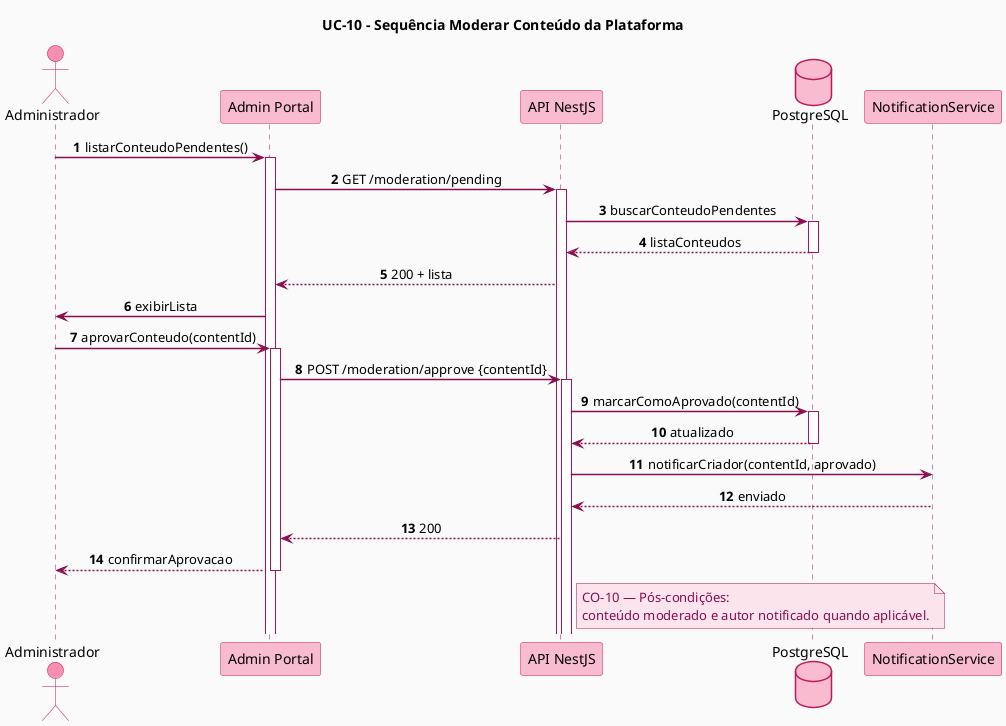
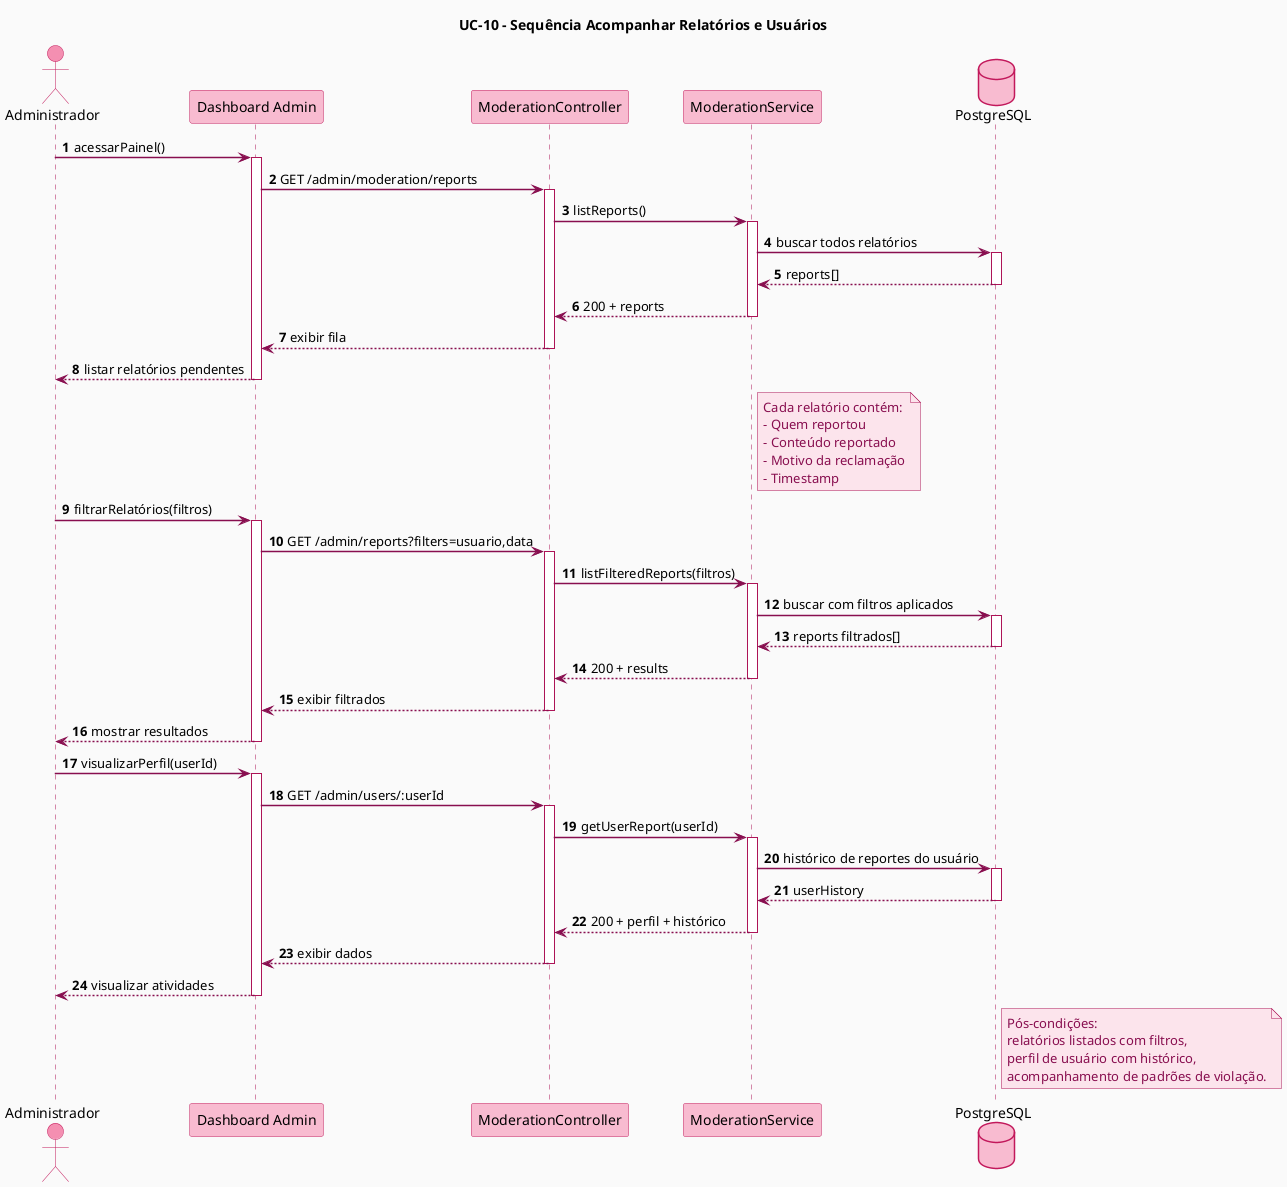
@startuml
+ title UC-10 - Sequência Acompanhar Relatórios e Usuários
+ 
skinparam backgroundColor #FAFAFA
skinparam shadowing false
skinparam sequenceArrowThickness 1.5
skinparam sequenceParticipantBorderColor #C2185B
skinparam sequenceParticipantBackgroundColor #F8BBD0
skinparam sequenceActorBorderColor #C2185B
skinparam sequenceActorBackgroundColor #F48FB1
skinparam sequenceLifeLineBorderColor #AD1457
skinparam sequenceArrowColor #880E4F
skinparam ArrowColor #880E4F
- skinparam sequenceMessageAlign center
skinparam noteBorderColor #AD1457
skinparam noteBackgroundColor #FCE4EC
skinparam noteFontColor #880E4F
skinparam sequenceMessageFontColor #880E4F
skinparam databaseBorderColor #C2185B
skinparam databaseBackgroundColor #F8BBD0

autonumber
- title UC-10 - Sequência Moderar Conteúdo da Plataforma

actor Administrador
- participant "Admin Portal" as Portal
- participant "API NestJS" as API
+ participant "Dashboard Admin" as Dashboard
+ participant "ModerationController" as Controller
+ participant "ModerationService" as ModerationService
database "PostgreSQL" as DB
- participant "NotificationService" as Notification

- Administrador -> Portal : listarConteudoPendentes()
- activate Portal
- Portal -> API : GET /moderation/pending
- activate API
- API -> DB : buscarConteudoPendentes
+ Administrador -> Dashboard : acessarPainel()
+ activate Dashboard
+ 
+ Dashboard -> Controller : GET /admin/moderation/reports
+ activate Controller
+ 
+ Controller -> ModerationService : listReports()
+ activate ModerationService
+ 
+ ModerationService -> DB : buscar todos relatórios
activate DB
- DB --> API : listaConteudos
+ DB --> ModerationService : reports[]
deactivate DB
- API --> Portal : 200 + lista

- Portal -> Administrador : exibirLista
+ ModerationService --> Controller : 200 + reports
+ deactivate ModerationService

- Administrador -> Portal : aprovarConteudo(contentId)
- activate Portal
- Portal -> API : POST /moderation/approve {contentId}
- activate API
- API -> DB : marcarComoAprovado(contentId)
- activate DB
- DB --> API : atualizado
- deactivate DB
- API -> Notification : notificarCriador(contentId, aprovado)
- Notification --> API : enviado
- API --> Portal : 200
- Portal --> Administrador : confirmarAprovacao
- deactivate Portal
+ Controller --> Dashboard : exibir fila
+ deactivate Controller

- note right of API
-   CO-10 — Pós-condições:
-   conteúdo moderado e autor notificado quando aplicável.
+ Dashboard --> Administrador : listar relatórios pendentes
+ deactivate Dashboard
+ 
+ note right of ModerationService
+   Cada relatório contém:
+   - Quem reportou
+   - Conteúdo reportado
+   - Motivo da reclamação
+   - Timestamp
end note

- @enduml+ Administrador -> Dashboard : filtrarRelatórios(filtros)
+ activate Dashboard
+ 
+ Dashboard -> Controller : GET /admin/reports?filters=usuario,data
+ activate Controller
+ 
+ Controller -> ModerationService : listFilteredReports(filtros)
+ activate ModerationService
+ 
+ ModerationService -> DB : buscar com filtros aplicados
+ activate DB
+ DB --> ModerationService : reports filtrados[]
+ deactivate DB
+ 
+ ModerationService --> Controller : 200 + results
+ deactivate ModerationService
+ 
+ Controller --> Dashboard : exibir filtrados
+ deactivate Controller
+ 
+ Dashboard --> Administrador : mostrar resultados
+ deactivate Dashboard
+ 
+ Administrador -> Dashboard : visualizarPerfil(userId)
+ activate Dashboard
+ 
+ Dashboard -> Controller : GET /admin/users/:userId
+ activate Controller
+ 
+ Controller -> ModerationService : getUserReport(userId)
+ activate ModerationService
+ 
+ ModerationService -> DB : histórico de reportes do usuário
+ activate DB
+ DB --> ModerationService : userHistory
+ deactivate DB
+ 
+ ModerationService --> Controller : 200 + perfil + histórico
+ deactivate ModerationService
+ 
+ Controller --> Dashboard : exibir dados
+ deactivate Controller
+ 
+ Dashboard --> Administrador : visualizar atividades
+ deactivate Dashboard
+ 
+ note right of DB
+   Pós-condições:
+   relatórios listados com filtros,
+   perfil de usuário com histórico,
+   acompanhamento de padrões de violação.
+ end note
+ 
+ @enduml
